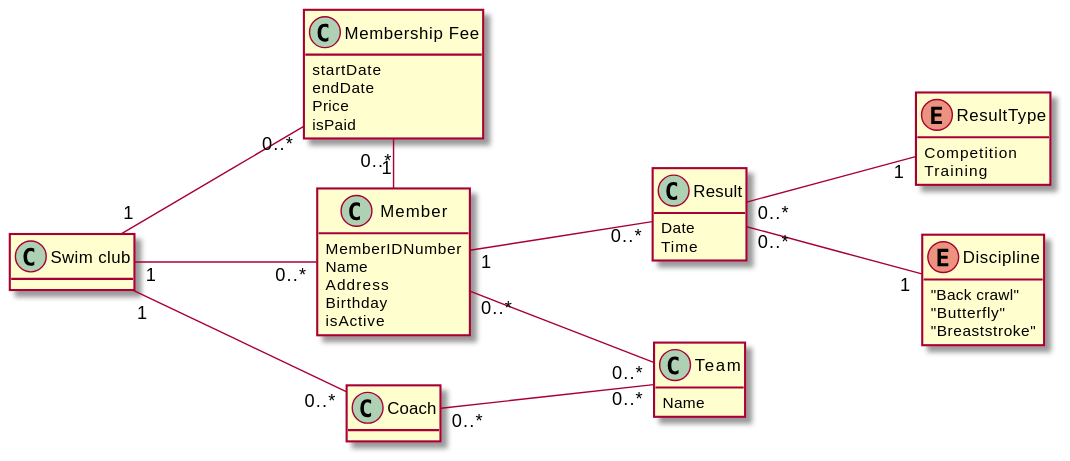
Before: diagrams/domainmodel/domainmodel.svg, a diagram exported from PlantUML (MaltheGram/Projekt-Delfinen).
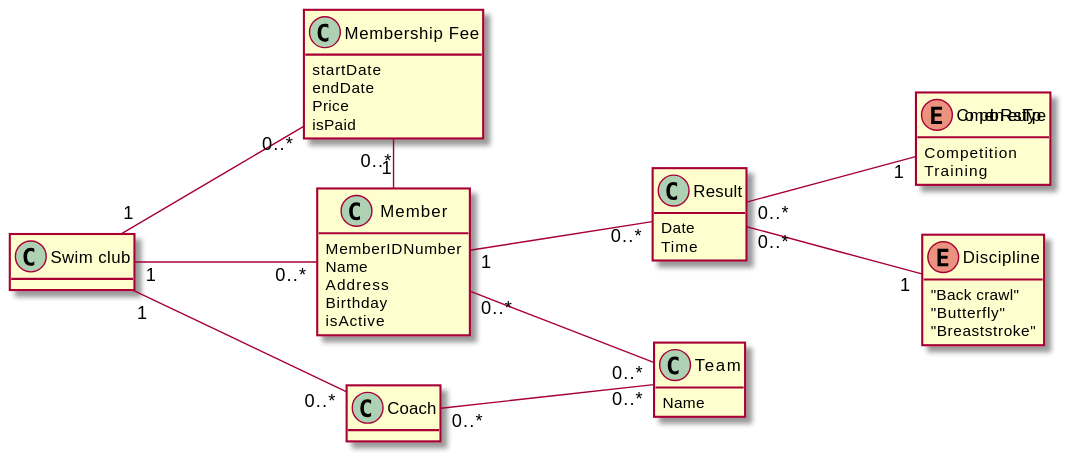
After the commit.

Diff of the diagram source:
```diff
@@ -34,7 +34,7 @@
     Time
 }
 
-enum "ResultType" as resulttype {
+enum "Competition.ResultType" as resulttype {
     Competition
     Training
 }
```
